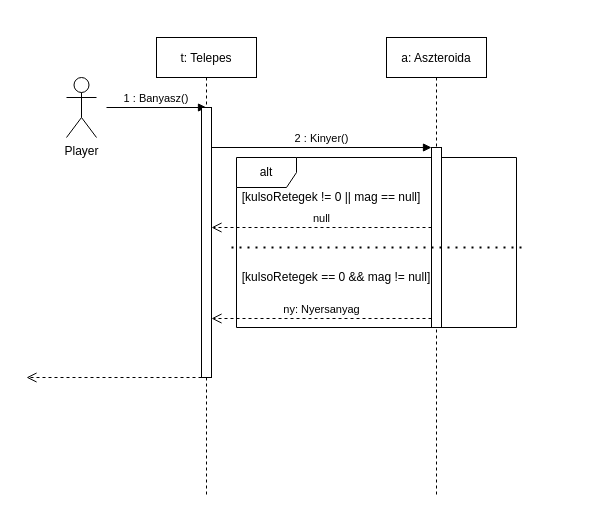
Earlier version of the draw.io diagram doc/uml/szekvencia_mine.drawio (torpeBoiGo/aszteroidabanyaszat). Source tidied: cells renumbered, new cells numbered last; positions are measured from the earlier drawing's top-left corner, leaving out a move shared by most shapes. Both pictures are drawn from the tidied source at 100%, with x=0, y=0 at pixel (26, 37).
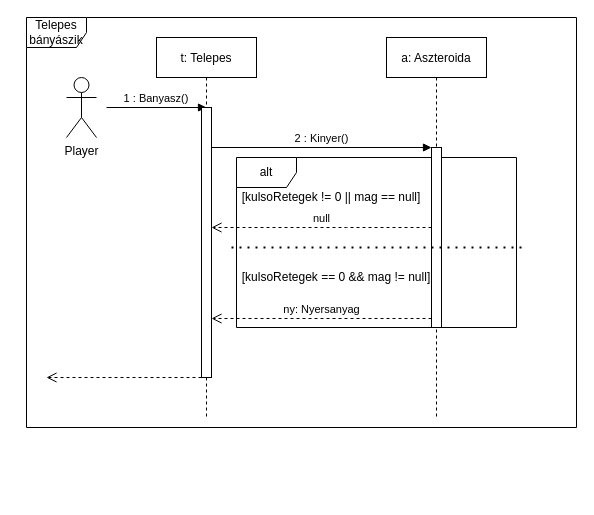
Above is the later version.

Unchanged cells that the change refers to:
```xml
<mxCell id="5" style="html=1;points=[];perimeter=orthogonalPerimeter;" parent="3" vertex="1">
  <mxGeometry x="45" y="70" width="10" height="270" as="geometry" />
</mxCell>
```

The edit, as a diff of the source:
```diff
@@
+    <mxCell id="16" value="Telepes bányászik" style="shape=umlFrame;whiteSpace=wrap;html=1;" parent="1" vertex="1">
+      <mxGeometry y="-20" width="550" height="410" as="geometry" />
+    </mxCell>
@@
     <mxCell id="3" value="t: Telepes" style="shape=umlLifeline;perimeter=lifelinePerimeter;rounded=0;shadow=0;strokeWidth=1;" parent="1" vertex="1">
-      <mxGeometry x="130" width="100" height="460" as="geometry" />
+      <mxGeometry x="130" width="100" height="380" as="geometry" />
     </mxCell>
@@
     <mxCell id="7" value="a: Aszteroida" style="shape=umlLifeline;perimeter=lifelinePerimeter;rounded=0;shadow=0;strokeWidth=1;" parent="1" vertex="1">
-      <mxGeometry x="360" width="100" height="460" as="geometry" />
+      <mxGeometry x="360" width="100" height="380" as="geometry" />
     </mxCell>
@@
     <mxCell id="11" style="html=1;verticalAlign=bottom;endArrow=open;dashed=1;endSize=8;" parent="1" edge="1" source="5">
       <mxGeometry relative="1" as="geometry">
-        <mxPoint y="340" as="targetPoint" />
+        <mxPoint x="20" y="340" as="targetPoint" />
       </mxGeometry>
     </mxCell>
```
